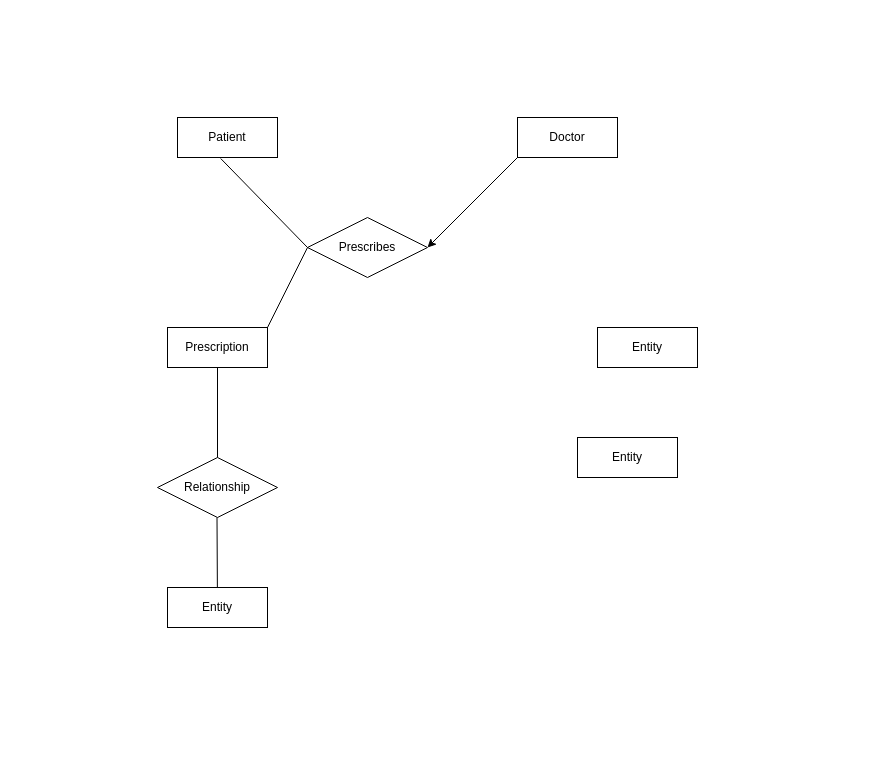
Above: pharmacy.drawio in MuraliMK19/Disp (draw.io), before the change. Source tidied: cells renumbered, new cells numbered last; positions are measured from the earlier drawing's top-left corner, leaving out a move shared by most shapes. Both pictures are drawn from the tidied source at 100%, with x=0, y=0 at pixel (157, 117).
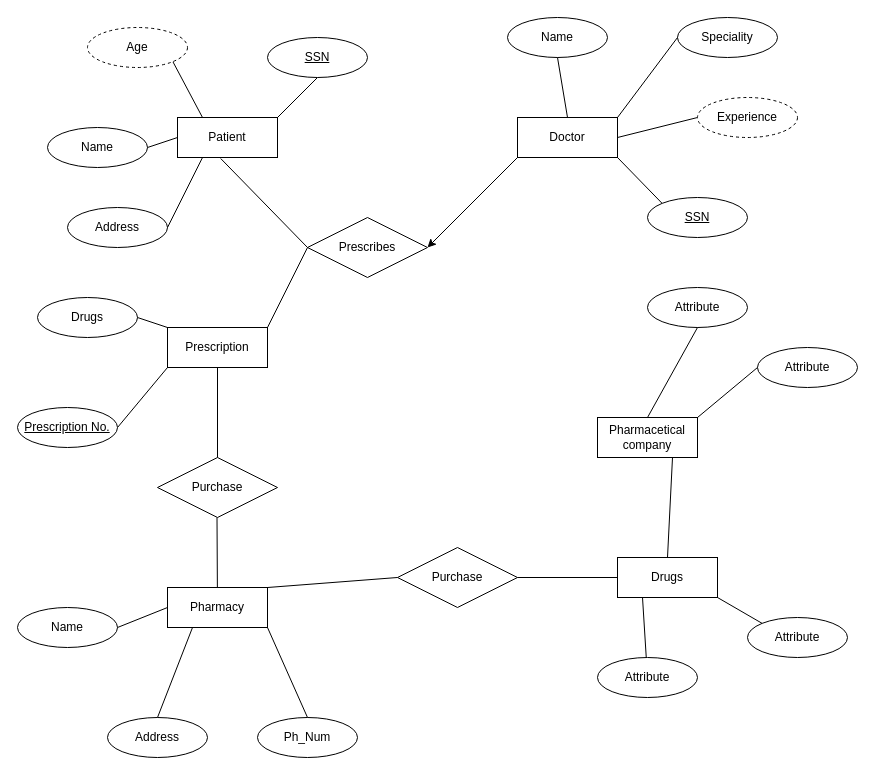
The same page after the edit.

The change refers to these unchanged cells:
```xml
<mxCell id="3" value="Patient" style="whiteSpace=wrap;html=1;align=center;" parent="1" vertex="1">
  <mxGeometry x="20" width="100" height="40" as="geometry" />
</mxCell>
<mxCell id="5" value="Doctor" style="whiteSpace=wrap;html=1;align=center;" parent="1" vertex="1">
  <mxGeometry x="360" width="100" height="40" as="geometry" />
</mxCell>
<mxCell id="7" value="Prescription" style="whiteSpace=wrap;html=1;align=center;" parent="1" vertex="1">
  <mxGeometry x="10" y="210" width="100" height="40" as="geometry" />
</mxCell>
```

The edit, as a diff of the source:
```diff
@@
-    <mxCell id="2" value="Entity" style="whiteSpace=wrap;html=1;align=center;" parent="1" vertex="1">
-      <mxGeometry x="440" y="210" width="100" height="40" as="geometry" />
+    <mxCell id="2" value="Drugs" style="whiteSpace=wrap;html=1;align=center;" parent="1" vertex="1">
+      <mxGeometry x="460" y="440" width="100" height="40" as="geometry" />
     </mxCell>
@@
-    <mxCell id="4" value="Entity" style="whiteSpace=wrap;html=1;align=center;" parent="1" vertex="1">
-      <mxGeometry x="420" y="320" width="100" height="40" as="geometry" />
+    <mxCell id="4" value="Pharmacetical company" style="whiteSpace=wrap;html=1;align=center;" parent="1" vertex="1">
+      <mxGeometry x="440" y="300" width="100" height="40" as="geometry" />
     </mxCell>
@@
-    <mxCell id="6" value="Entity" style="whiteSpace=wrap;html=1;align=center;" parent="1" vertex="1">
+    <mxCell id="6" value="Pharmacy" style="whiteSpace=wrap;html=1;align=center;" parent="1" vertex="1">
       <mxGeometry x="10" y="470" width="100" height="40" as="geometry" />
     </mxCell>
@@
-    <mxCell id="11" value="Relationship" style="shape=rhombus;perimeter=rhombusPerimeter;whiteSpace=wrap;html=1;align=center;" parent="1" vertex="1">
+    <mxCell id="11" value="Purchase" style="shape=rhombus;perimeter=rhombusPerimeter;whiteSpace=wrap;html=1;align=center;" parent="1" vertex="1">
       <mxGeometry y="340" width="120" height="60" as="geometry" />
     </mxCell>
@@
+    <mxCell id="15" value="Purchase" style="shape=rhombus;perimeter=rhombusPerimeter;whiteSpace=wrap;html=1;align=center;" parent="1" vertex="1">
+      <mxGeometry x="240" y="430" width="120" height="60" as="geometry" />
+    </mxCell>
+    <mxCell id="16" style="endArrow=none;html=1;rounded=0;entryX=0;entryY=0.5;entryDx=0;entryDy=0;" parent="1" edge="1" target="15">
+      <mxGeometry relative="1" as="geometry">
+        <mxPoint x="110" y="470" as="sourcePoint" />
+      </mxGeometry>
+    </mxCell>
+    <mxCell id="17" style="endArrow=none;html=1;rounded=0;entryX=0;entryY=0.5;entryDx=0;entryDy=0;exitX=1;exitY=0.5;exitDx=0;exitDy=0;" parent="1" edge="1" source="15" target="2">
+      <mxGeometry relative="1" as="geometry" />
+    </mxCell>
+    <mxCell id="18" style="endArrow=none;html=1;rounded=0;entryX=0.5;entryY=0;entryDx=0;entryDy=0;exitX=0.75;exitY=1;exitDx=0;exitDy=0;" parent="1" edge="1" source="4" target="2">
+      <mxGeometry relative="1" as="geometry" />
+    </mxCell>
+    <mxCell id="19" value="Drugs" style="ellipse;whiteSpace=wrap;html=1;align=center;" parent="1" vertex="1">
+      <mxGeometry x="-120" y="180" width="100" height="40" as="geometry" />
+    </mxCell>
+    <mxCell id="20" value="Address" style="ellipse;whiteSpace=wrap;html=1;align=center;" parent="1" vertex="1">
+      <mxGeometry x="-90" y="90" width="100" height="40" as="geometry" />
+    </mxCell>
+    <mxCell id="21" value="Name" style="ellipse;whiteSpace=wrap;html=1;align=center;" parent="1" vertex="1">
+      <mxGeometry x="-110" y="10" width="100" height="40" as="geometry" />
+    </mxCell>
+    <mxCell id="22" value="Attribute" style="ellipse;whiteSpace=wrap;html=1;align=center;" parent="1" vertex="1">
+      <mxGeometry x="490" y="170" width="100" height="40" as="geometry" />
+    </mxCell>
+    <mxCell id="23" value="Address" style="ellipse;whiteSpace=wrap;html=1;align=center;" parent="1" vertex="1">
+      <mxGeometry x="-50" y="600" width="100" height="40" as="geometry" />
+    </mxCell>
+    <mxCell id="24" value="Name" style="ellipse;whiteSpace=wrap;html=1;align=center;" parent="1" vertex="1">
+      <mxGeometry x="-140" y="490" width="100" height="40" as="geometry" />
+    </mxCell>
+    <mxCell id="25" value="Attribute" style="ellipse;whiteSpace=wrap;html=1;align=center;" parent="1" vertex="1">
+      <mxGeometry x="600" y="230" width="100" height="40" as="geometry" />
+    </mxCell>
+    <mxCell id="26" value="Attribute" style="ellipse;whiteSpace=wrap;html=1;align=center;" parent="1" vertex="1">
+      <mxGeometry x="590" y="500" width="100" height="40" as="geometry" />
+    </mxCell>
+    <mxCell id="27" value="Attribute" style="ellipse;whiteSpace=wrap;html=1;align=center;" parent="1" vertex="1">
+      <mxGeometry x="440" y="540" width="100" height="40" as="geometry" />
+    </mxCell>
+    <mxCell id="28" value="Speciality" style="ellipse;whiteSpace=wrap;html=1;align=center;" parent="1" vertex="1">
+      <mxGeometry x="520" y="-100" width="100" height="40" as="geometry" />
+    </mxCell>
+    <mxCell id="29" value="Name" style="ellipse;whiteSpace=wrap;html=1;align=center;" parent="1" vertex="1">
+      <mxGeometry x="350" y="-100" width="100" height="40" as="geometry" />
+    </mxCell>
+    <mxCell id="30" style="endArrow=none;html=1;rounded=0;exitX=1;exitY=1;exitDx=0;exitDy=0;entryX=0.25;entryY=0;entryDx=0;entryDy=0;" parent="1" edge="1" source="43" target="3">
+      <mxGeometry relative="1" as="geometry" />
+    </mxCell>
+    <mxCell id="31" style="endArrow=none;html=1;rounded=0;exitX=0.5;exitY=1;exitDx=0;exitDy=0;entryX=1;entryY=0;entryDx=0;entryDy=0;" parent="1" edge="1" source="42" target="3">
+      <mxGeometry relative="1" as="geometry" />
+    </mxCell>
+    <mxCell id="32" style="endArrow=none;html=1;rounded=0;exitX=1;exitY=0.5;exitDx=0;exitDy=0;entryX=0;entryY=0.5;entryDx=0;entryDy=0;" parent="1" edge="1" source="21" target="3">
+      <mxGeometry relative="1" as="geometry" />
+    </mxCell>
+    <mxCell id="33" style="endArrow=none;html=1;rounded=0;exitX=1;exitY=0.5;exitDx=0;exitDy=0;entryX=0.25;entryY=1;entryDx=0;entryDy=0;" parent="1" edge="1" source="20" target="3">
+      <mxGeometry relative="1" as="geometry" />
+    </mxCell>
+    <mxCell id="34" style="endArrow=none;html=1;rounded=0;exitX=1;exitY=0.5;exitDx=0;exitDy=0;entryX=0;entryY=0;entryDx=0;entryDy=0;" parent="1" edge="1" source="19" target="7">
+      <mxGeometry relative="1" as="geometry" />
+    </mxCell>
+    <mxCell id="35" style="endArrow=none;html=1;rounded=0;exitX=1;exitY=0.5;exitDx=0;exitDy=0;entryX=0;entryY=1;entryDx=0;entryDy=0;" parent="1" edge="1" source="50" target="7">
+      <mxGeometry relative="1" as="geometry" />
+    </mxCell>
+    <mxCell id="36" style="endArrow=none;html=1;rounded=0;exitX=0.5;exitY=1;exitDx=0;exitDy=0;entryX=0.5;entryY=0;entryDx=0;entryDy=0;" parent="1" edge="1" source="29" target="5">
+      <mxGeometry relative="1" as="geometry" />
+    </mxCell>
+    <mxCell id="37" style="endArrow=none;html=1;rounded=0;exitX=0;exitY=0.5;exitDx=0;exitDy=0;entryX=1;entryY=0;entryDx=0;entryDy=0;" parent="1" edge="1" source="28" target="5">
+      <mxGeometry relative="1" as="geometry" />
+    </mxCell>
+    <mxCell id="38" style="endArrow=none;html=1;rounded=0;exitX=0;exitY=0.5;exitDx=0;exitDy=0;entryX=1;entryY=0.5;entryDx=0;entryDy=0;" parent="1" edge="1" source="41" target="5">
+      <mxGeometry relative="1" as="geometry" />
+    </mxCell>
+    <mxCell id="39" style="endArrow=none;html=1;rounded=0;exitX=0;exitY=0;exitDx=0;exitDy=0;entryX=1;entryY=1;entryDx=0;entryDy=0;" parent="1" edge="1" source="40" target="5">
+      <mxGeometry relative="1" as="geometry" />
+    </mxCell>
+    <mxCell id="40" value="SSN" style="ellipse;whiteSpace=wrap;html=1;align=center;fontStyle=4;" parent="1" vertex="1">
+      <mxGeometry x="490" y="80" width="100" height="40" as="geometry" />
+    </mxCell>
+    <mxCell id="41" value="Experience" style="ellipse;whiteSpace=wrap;html=1;align=center;dashed=1;" parent="1" vertex="1">
+      <mxGeometry x="540" y="-20" width="100" height="40" as="geometry" />
+    </mxCell>
+    <mxCell id="42" value="SSN" style="ellipse;whiteSpace=wrap;html=1;align=center;fontStyle=4;" parent="1" vertex="1">
+      <mxGeometry x="110" y="-80" width="100" height="40" as="geometry" />
+    </mxCell>
+    <mxCell id="43" value="Age" style="ellipse;whiteSpace=wrap;html=1;align=center;dashed=1;" parent="1" vertex="1">
+      <mxGeometry x="-70" y="-90" width="100" height="40" as="geometry" />
+    </mxCell>
+    <mxCell id="44" style="endArrow=none;html=1;rounded=0;exitX=0.5;exitY=1;exitDx=0;exitDy=0;entryX=0.5;entryY=0;entryDx=0;entryDy=0;" parent="1" edge="1" source="22" target="4">
+      <mxGeometry relative="1" as="geometry" />
+    </mxCell>
+    <mxCell id="45" style="endArrow=none;html=1;rounded=0;exitX=0;exitY=0.5;exitDx=0;exitDy=0;entryX=1;entryY=0;entryDx=0;entryDy=0;" parent="1" edge="1" source="25" target="4">
+      <mxGeometry relative="1" as="geometry" />
+    </mxCell>
+    <mxCell id="46" style="endArrow=none;html=1;rounded=0;exitX=0;exitY=0;exitDx=0;exitDy=0;entryX=1;entryY=1;entryDx=0;entryDy=0;" parent="1" edge="1" source="26" target="2">
+      <mxGeometry relative="1" as="geometry" />
+    </mxCell>
+    <mxCell id="47" style="endArrow=none;html=1;rounded=0;entryX=0.25;entryY=1;entryDx=0;entryDy=0;" parent="1" edge="1" source="27" target="2">
+      <mxGeometry relative="1" as="geometry" />
+    </mxCell>
+    <mxCell id="48" style="endArrow=none;html=1;rounded=0;entryX=0.25;entryY=1;entryDx=0;entryDy=0;exitX=0.5;exitY=0;exitDx=0;exitDy=0;" parent="1" edge="1" source="23" target="6">
+      <mxGeometry relative="1" as="geometry" />
+    </mxCell>
+    <mxCell id="49" style="endArrow=none;html=1;rounded=0;entryX=0;entryY=0.5;entryDx=0;entryDy=0;exitX=1;exitY=0.5;exitDx=0;exitDy=0;" parent="1" edge="1" source="24" target="6">
+      <mxGeometry relative="1" as="geometry" />
+    </mxCell>
+    <mxCell id="50" value="Prescription No." style="ellipse;whiteSpace=wrap;html=1;align=center;fontStyle=4;" parent="1" vertex="1">
+      <mxGeometry x="-140" y="290" width="100" height="40" as="geometry" />
+    </mxCell>
+    <mxCell id="51" value="Ph_Num" style="ellipse;whiteSpace=wrap;html=1;align=center;" parent="1" vertex="1">
+      <mxGeometry x="100" y="600" width="100" height="40" as="geometry" />
+    </mxCell>
+    <mxCell id="52" style="endArrow=none;html=1;rounded=0;entryX=1;entryY=1;entryDx=0;entryDy=0;exitX=0.5;exitY=0;exitDx=0;exitDy=0;" parent="1" edge="1" source="51" target="6">
+      <mxGeometry relative="1" as="geometry" />
+    </mxCell>
```
